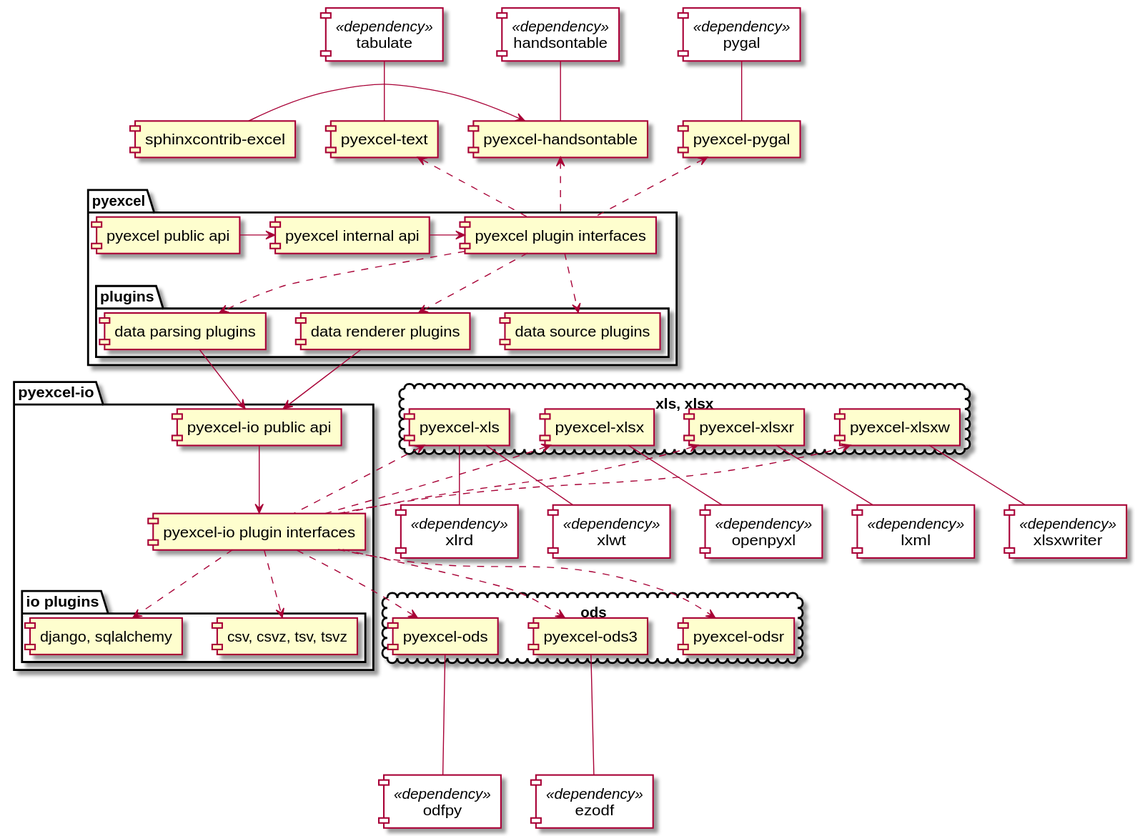
Above: docs/source/_static/images/architecture.svg in pyexcel/pyexcel (PlantUML), before the change.
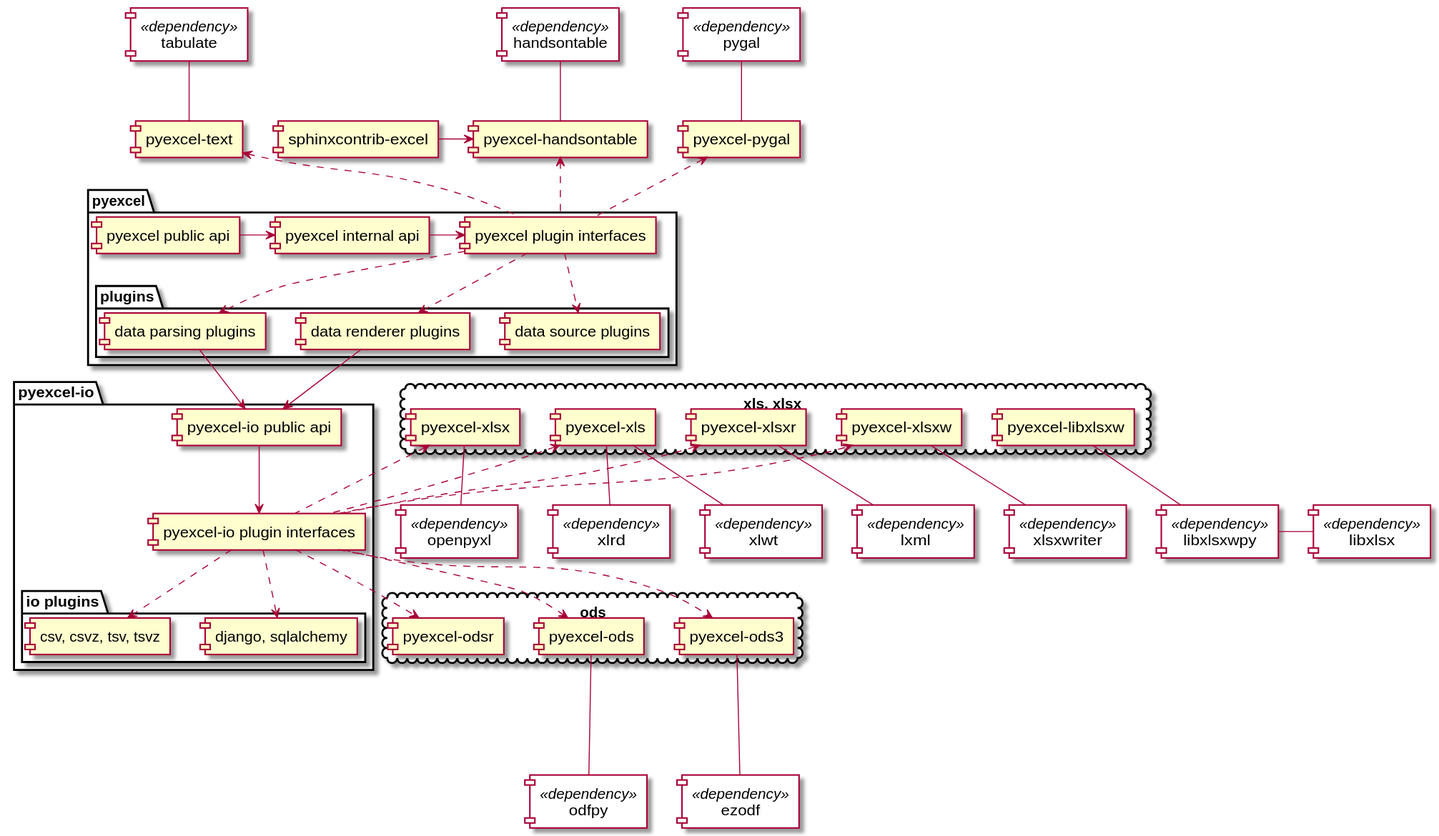
The same diagram one commit later.

Commit message:
:books: add pyexcel-libxlsxw

What changed in the source:
```diff
@@ -30,6 +30,7 @@
 [pyexcel-xls]
 [pyexcel-xlsx]
 [pyexcel-xlsxw]
+[pyexcel-libxlsxw]
 [pyexcel-xlsxr]
 }
 
@@ -43,6 +44,8 @@
 [ezodf] <<dependency>>
 [odfpy] <<dependency>>
 [lxml] <<dependency>>
+[libxlsxwpy] <<dependency>>
+[libxlsx] <<dependency>>
 
 [pyexcel public api] -right-> [pyexcel internal api]
 [pyexcel internal api] -right-> [pyexcel plugin interfaces]
@@ -78,6 +81,8 @@
 [pyexcel-ods] --- [odfpy]
 [pyexcel-xlsxr] -right- [lxml]
 [sphinxcontrib-excel] -right-> [pyexcel-handsontable]
+[pyexcel-libxlsxw] -right- [libxlsxwpy]
+[libxlsxwpy] -right- [libxlsx]
 
 skinparam component{
 
```
